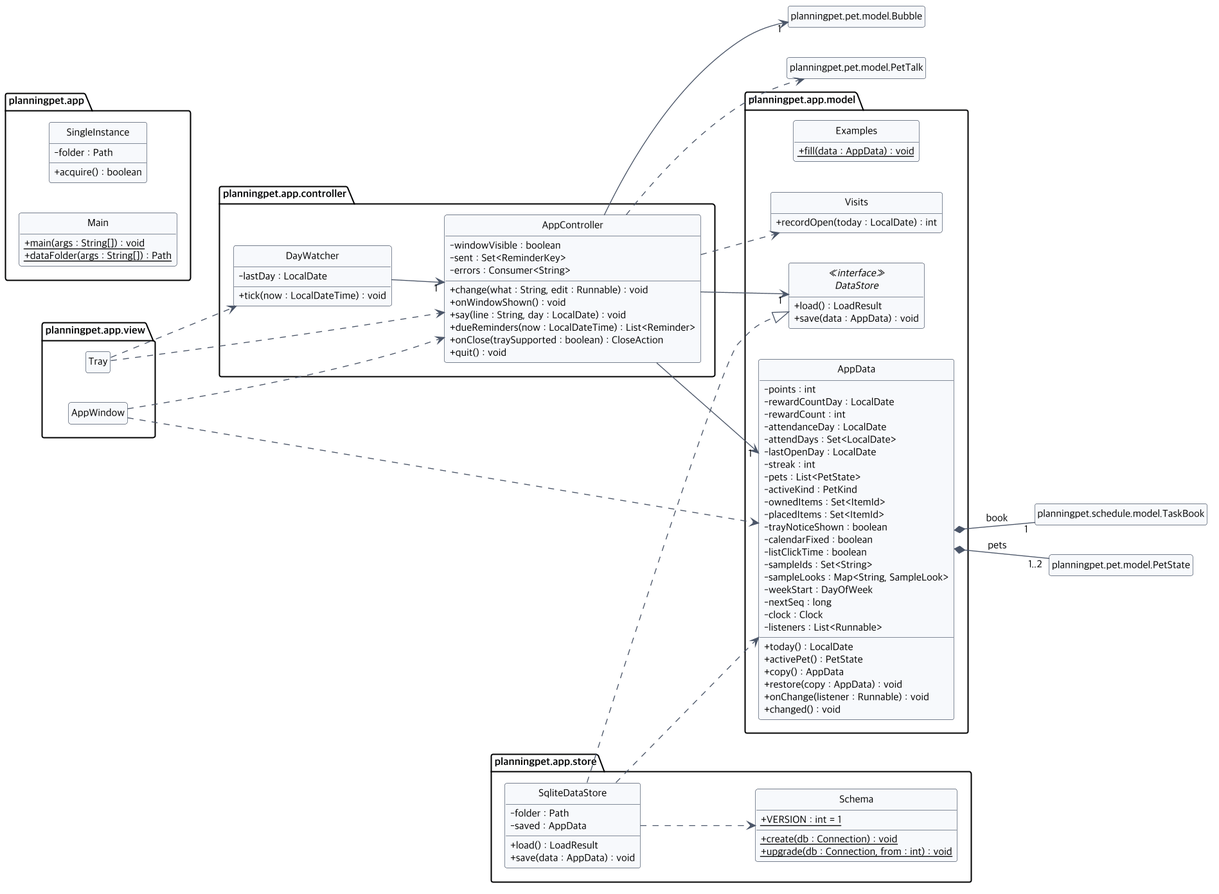
The PlantUML diagram docs/diagrams/class-app.png in 2026-2-software-system-design-11/planning-pet-app, before a commit.
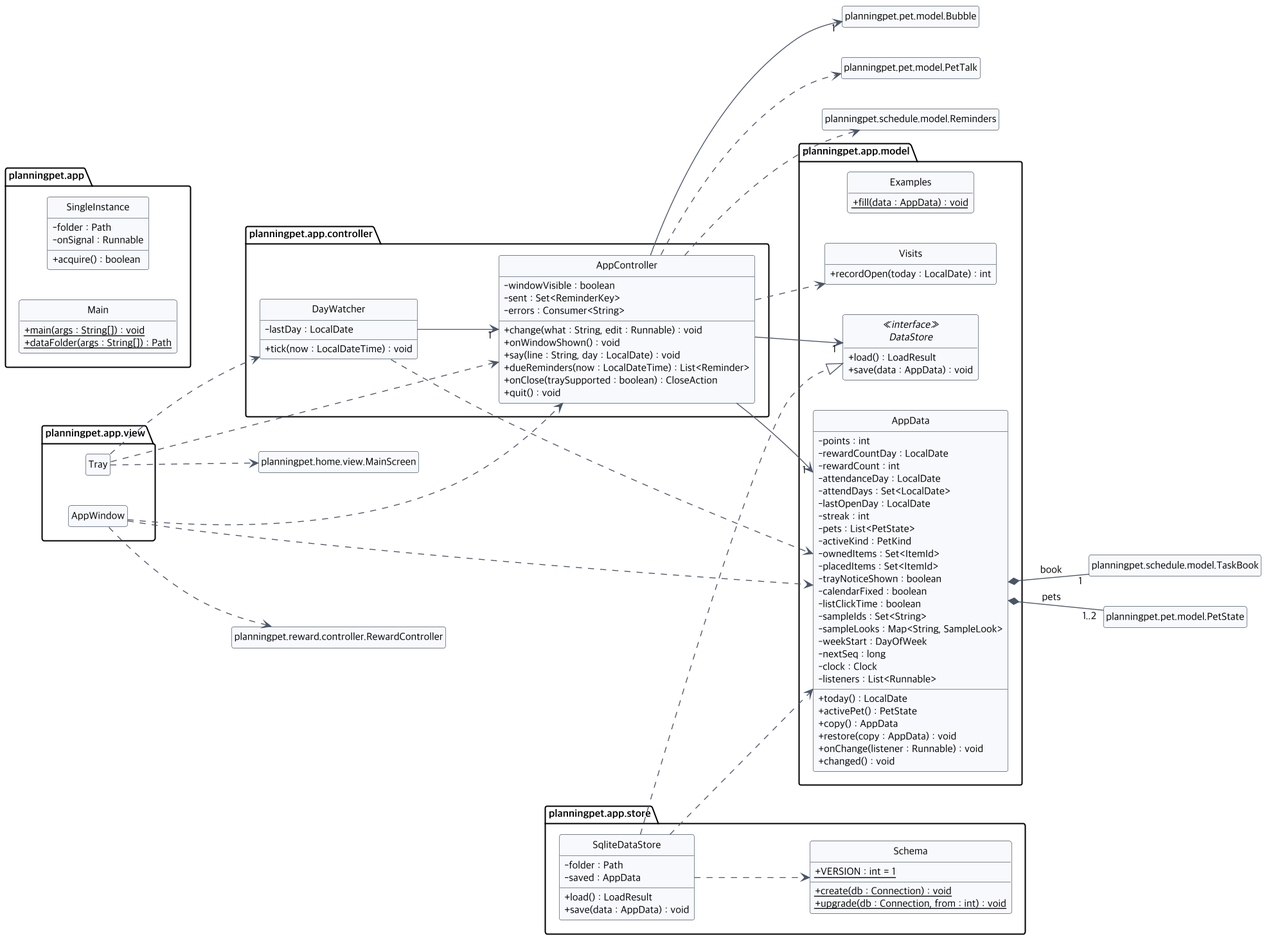
After the change.

Commit message:
docs(schedule): 07에 체크, 출석, 알림, 날 바뀜의 빠진 의존과 SingleInstance 신호 더하기 (#296)

What changed in the source:
```diff
@@ -8,6 +8,7 @@
   }
   class SingleInstance {
     - folder : Path
+    - onSignal : Runnable
     + acquire() : boolean
   }
 }
@@ -94,6 +95,10 @@
 AppController --> "1" planningpet.pet.model.Bubble
 AppController ..> Visits
 AppController ..> planningpet.pet.model.PetTalk
+AppController ..> planningpet.schedule.model.Reminders
+AppWindow ..> planningpet.reward.controller.RewardController
+Tray ..> planningpet.home.view.MainScreen
+DayWatcher ..> AppData
 DayWatcher --> "1" AppController
 SqliteDataStore ..|> DataStore
 SqliteDataStore ..> AppData
```
